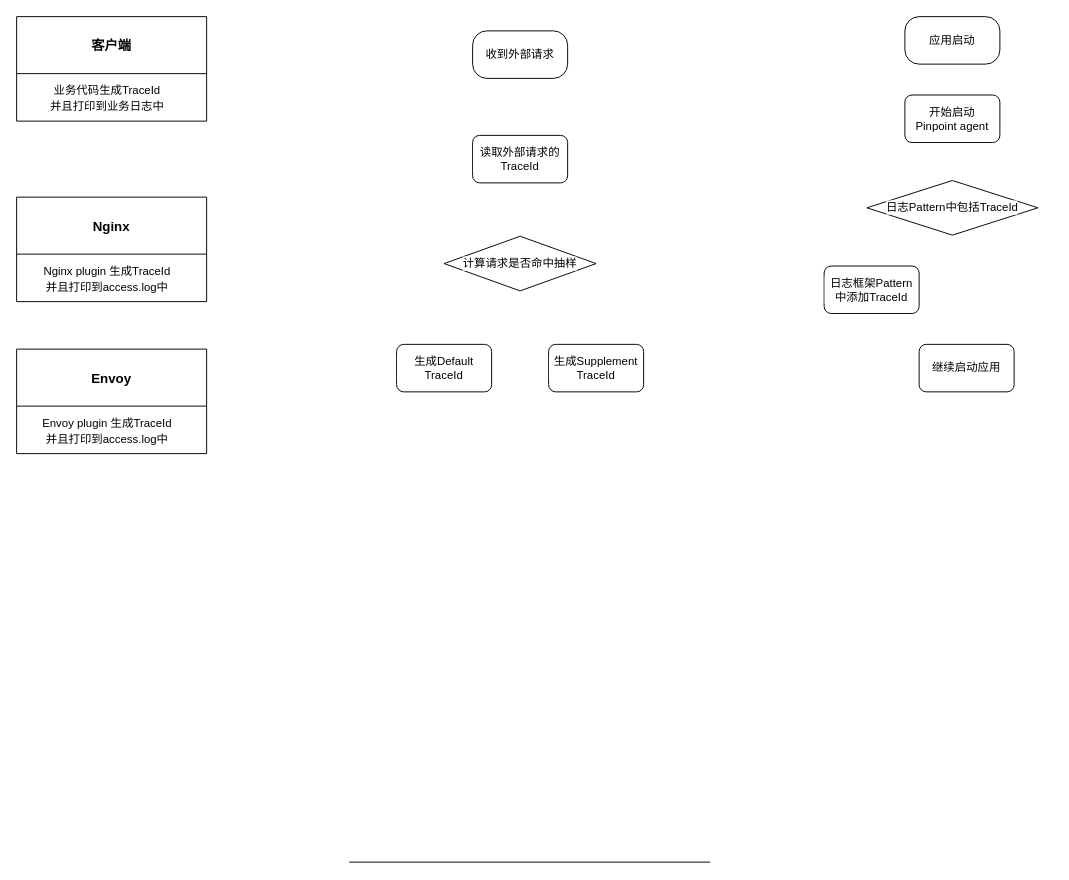
Before: page "eagle全链路原理" (3 of 7) of Untitled Diagram.drawio in maxuewen/draw.io, a draw.io diagram. Source tidied: cells renumbered, new cells numbered last; positions are measured from the earlier drawing's top-left corner, leaving out a move shared by most shapes. Both pictures are drawn from the tidied source at 95%, with x=0, y=0 at pixel (16, 16).
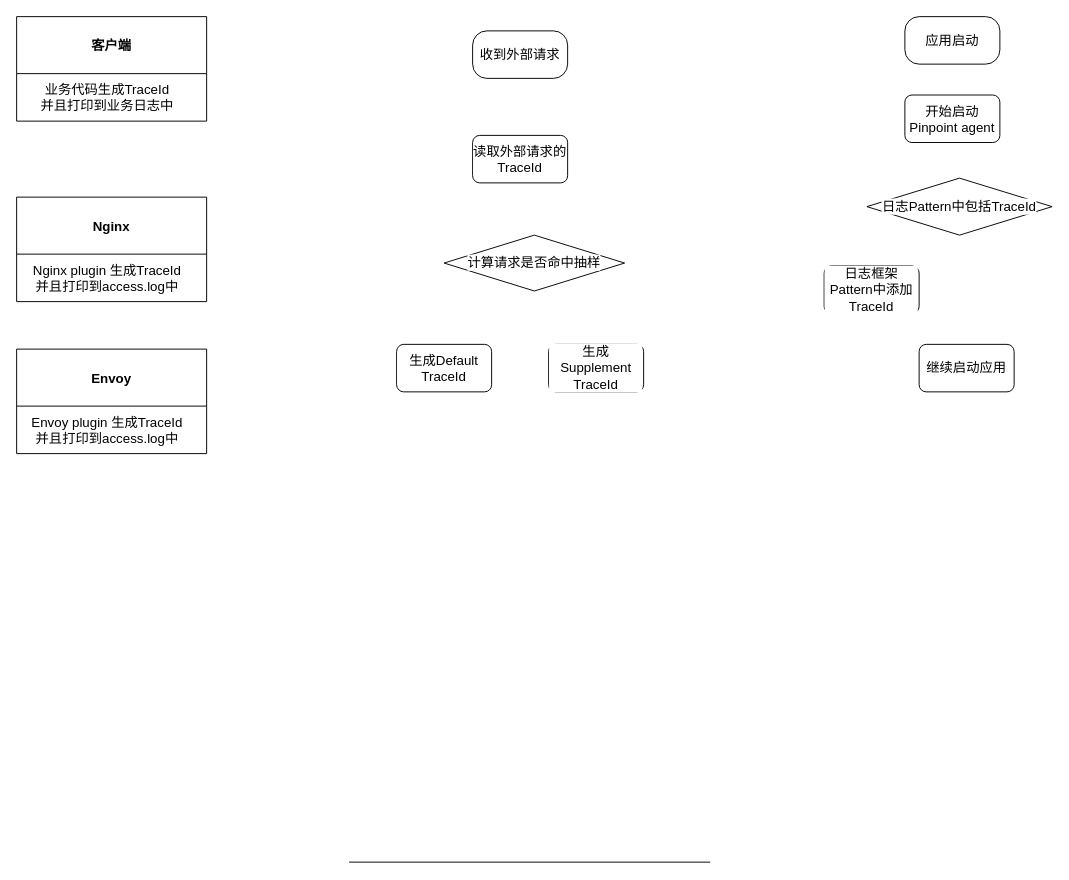
Above is the later version.

Diff of the diagram source:
```diff
@@
 <mxGraphModel>
   <root>
     <mxCell id="0" />
     <mxCell id="1" parent="0" />
     <mxCell id="2" value="Nginx" style="swimlane;labelBackgroundColor=#FFFFFF;fontSize=14;fontColor=#000000;strokeWidth=1;startSize=60;arcSize=10;" parent="1" vertex="1">
       <mxGeometry y="190" width="200" height="110" as="geometry" />
     </mxCell>
-    <mxCell id="3" value="&lt;span style=&quot;font-size: 12px;&quot;&gt;Nginx plugin 生成TraceId&lt;br&gt;并且打印到access.log中&lt;/span&gt;" style="text;html=1;align=center;verticalAlign=middle;strokeColor=none;fillColor=none;fontSize=14;fontColor=#000000;" parent="2" vertex="1">
-      <mxGeometry x="15" y="60" width="160" height="50" as="geometry" />
+    <mxCell id="3" value="&lt;span style=&quot;font-size: 14px;&quot;&gt;Nginx plugin 生成TraceId&lt;br style=&quot;font-size: 14px;&quot;&gt;并且打印到access.log中&lt;/span&gt;" style="text;html=1;align=center;verticalAlign=middle;strokeColor=none;fillColor=none;fontSize=14;fontColor=#000000;" parent="2" vertex="1">
+      <mxGeometry x="5" y="60" width="180" height="50" as="geometry" />
     </mxCell>
     <mxCell id="4" value="Envoy" style="swimlane;labelBackgroundColor=#FFFFFF;fontSize=14;fontColor=#000000;strokeWidth=1;startSize=60;arcSize=10;" parent="1" vertex="1">
       <mxGeometry y="350" width="200" height="110" as="geometry" />
     </mxCell>
-    <mxCell id="5" value="&lt;span style=&quot;font-size: 12px;&quot;&gt;Envoy plugin 生成TraceId&lt;br&gt;并且打印到access.log中&lt;/span&gt;" style="text;html=1;align=center;verticalAlign=middle;strokeColor=none;fillColor=none;fontSize=14;fontColor=#000000;" parent="4" vertex="1">
-      <mxGeometry x="15" y="60" width="160" height="50" as="geometry" />
+    <mxCell id="5" value="&lt;span style=&quot;font-size: 14px;&quot;&gt;Envoy plugin 生成TraceId&lt;br style=&quot;font-size: 14px;&quot;&gt;并且打印到access.log中&lt;/span&gt;" style="text;html=1;align=center;verticalAlign=middle;strokeColor=none;fillColor=none;fontSize=14;fontColor=#000000;" parent="4" vertex="1">
+      <mxGeometry x="5" y="60" width="180" height="50" as="geometry" />
     </mxCell>
     <mxCell id="6" value="客户端" style="swimlane;labelBackgroundColor=#FFFFFF;fontSize=14;fontColor=#000000;strokeWidth=1;startSize=60;arcSize=100;" parent="1" vertex="1">
       <mxGeometry width="200" height="110" as="geometry" />
     </mxCell>
-    <mxCell id="7" value="&lt;span style=&quot;font-size: 12px;&quot;&gt;业务代码生成TraceId&lt;br&gt;并且打印到业务日志中&lt;/span&gt;" style="text;html=1;align=center;verticalAlign=middle;strokeColor=none;fillColor=none;fontSize=14;fontColor=#000000;" parent="6" vertex="1">
-      <mxGeometry x="25" y="60" width="140" height="50" as="geometry" />
+    <mxCell id="7" value="&lt;span style=&quot;font-size: 14px;&quot;&gt;业务代码生成TraceId&lt;br style=&quot;font-size: 14px;&quot;&gt;并且打印到业务日志中&lt;/span&gt;" style="text;html=1;align=center;verticalAlign=middle;strokeColor=none;fillColor=none;fontSize=14;fontColor=#000000;" parent="6" vertex="1">
+      <mxGeometry x="15" y="60" width="160" height="50" as="geometry" />
     </mxCell>
-    <mxCell id="8" value="应用启动" style="rounded=1;whiteSpace=wrap;html=1;labelBackgroundColor=#FFFFFF;fontSize=12;fontColor=#000000;strokeWidth=1;imageHeight=24;arcSize=30;" parent="1" vertex="1">
+    <mxCell id="8" value="应用启动" style="rounded=1;whiteSpace=wrap;html=1;labelBackgroundColor=#FFFFFF;fontSize=14;fontColor=#000000;strokeWidth=1;imageHeight=24;arcSize=30;" parent="1" vertex="1">
       <mxGeometry x="935" width="100" height="50" as="geometry" />
     </mxCell>
-    <mxCell id="9" value="日志Pattern中包括TraceId" style="rhombus;whiteSpace=wrap;html=1;labelBackgroundColor=#FFFFFF;fontSize=12;fontColor=#000000;strokeWidth=1;" parent="1" vertex="1">
-      <mxGeometry x="895" y="172.5" width="180" height="57.5" as="geometry" />
+    <mxCell id="9" value="日志Pattern中包括TraceId" style="rhombus;whiteSpace=wrap;html=1;labelBackgroundColor=#FFFFFF;fontSize=14;fontColor=#000000;strokeWidth=1;" parent="1" vertex="1">
+      <mxGeometry x="895" y="170" width="195" height="60" as="geometry" />
     </mxCell>
-    <mxCell id="10" style="endArrow=none;html=1;rounded=0;fontSize=12;fontColor=#000000;jumpStyle=arc;jumpSize=12;" parent="1" edge="1">
+    <mxCell id="10" style="endArrow=none;html=1;rounded=0;fontSize=14;fontColor=#000000;jumpStyle=arc;jumpSize=12;" parent="1" edge="1">
       <mxGeometry relative="1" as="geometry">
         <mxPoint x="350" y="890" as="sourcePoint" />
         <mxPoint x="730" y="890" as="targetPoint" />
       </mxGeometry>
     </mxCell>
-    <mxCell id="11" value="计算请求是否命中抽样" style="rhombus;whiteSpace=wrap;html=1;labelBackgroundColor=#FFFFFF;fontSize=12;fontColor=#000000;strokeWidth=1;" parent="1" vertex="1">
-      <mxGeometry x="450" y="231.2" width="160" height="57.5" as="geometry" />
+    <mxCell id="11" value="计算请求是否命中抽样" style="rhombus;whiteSpace=wrap;html=1;labelBackgroundColor=#FFFFFF;fontSize=14;fontColor=#000000;strokeWidth=1;" parent="1" vertex="1">
+      <mxGeometry x="450" y="230" width="190" height="58.8" as="geometry" />
     </mxCell>
-    <mxCell id="12" value="生成Default TraceId" style="rounded=1;whiteSpace=wrap;html=1;labelBackgroundColor=#FFFFFF;fontSize=12;fontColor=#000000;strokeWidth=1;" parent="1" vertex="1">
+    <mxCell id="12" value="生成Default TraceId" style="rounded=1;whiteSpace=wrap;html=1;labelBackgroundColor=#FFFFFF;fontSize=14;fontColor=#000000;strokeWidth=1;" parent="1" vertex="1">
       <mxGeometry x="400" y="345" width="100" height="50" as="geometry" />
     </mxCell>
-    <mxCell id="13" value="生成Supplement TraceId" style="rounded=1;whiteSpace=wrap;html=1;labelBackgroundColor=#FFFFFF;fontSize=12;fontColor=#000000;strokeWidth=1;" parent="1" vertex="1">
+    <mxCell id="13" value="生成Supplement TraceId" style="rounded=1;whiteSpace=wrap;html=1;labelBackgroundColor=#FFFFFF;fontSize=14;fontColor=#000000;strokeWidth=1;" parent="1" vertex="1">
       <mxGeometry x="560" y="345" width="100" height="50" as="geometry" />
     </mxCell>
-    <mxCell id="14" value="继续启动应用" style="rounded=1;whiteSpace=wrap;html=1;labelBackgroundColor=#FFFFFF;fontSize=12;fontColor=#000000;strokeWidth=1;" parent="1" vertex="1">
+    <mxCell id="14" value="继续启动应用" style="rounded=1;whiteSpace=wrap;html=1;labelBackgroundColor=#FFFFFF;fontSize=14;fontColor=#000000;strokeWidth=1;" parent="1" vertex="1">
       <mxGeometry x="950" y="345" width="100" height="50" as="geometry" />
     </mxCell>
-    <mxCell id="15" value="开始启动&lt;br&gt;Pinpoint agent" style="rounded=1;whiteSpace=wrap;html=1;labelBackgroundColor=#FFFFFF;fontSize=12;fontColor=#000000;strokeWidth=1;" parent="1" vertex="1">
+    <mxCell id="15" value="开始启动&lt;br style=&quot;font-size: 14px;&quot;&gt;Pinpoint agent" style="rounded=1;whiteSpace=wrap;html=1;labelBackgroundColor=#FFFFFF;fontSize=14;fontColor=#000000;strokeWidth=1;" parent="1" vertex="1">
       <mxGeometry x="935" y="82.5" width="100" height="50" as="geometry" />
     </mxCell>
-    <mxCell id="16" value="读取外部请求的TraceId" style="rounded=1;whiteSpace=wrap;html=1;labelBackgroundColor=#FFFFFF;fontSize=12;fontColor=#000000;strokeWidth=1;" parent="1" vertex="1">
+    <mxCell id="16" value="读取外部请求的TraceId" style="rounded=1;whiteSpace=wrap;html=1;labelBackgroundColor=#FFFFFF;fontSize=14;fontColor=#000000;strokeWidth=1;" parent="1" vertex="1">
       <mxGeometry x="480" y="125" width="100" height="50" as="geometry" />
     </mxCell>
-    <mxCell id="17" value="收到外部请求" style="rounded=1;whiteSpace=wrap;html=1;labelBackgroundColor=#FFFFFF;fontSize=12;fontColor=#000000;strokeWidth=1;imageHeight=24;arcSize=30;" parent="1" vertex="1">
+    <mxCell id="17" value="收到外部请求" style="rounded=1;whiteSpace=wrap;html=1;labelBackgroundColor=#FFFFFF;fontSize=14;fontColor=#000000;strokeWidth=1;imageHeight=24;arcSize=30;" parent="1" vertex="1">
       <mxGeometry x="480" y="15" width="100" height="50" as="geometry" />
     </mxCell>
-    <mxCell id="18" value="日志框架Pattern中添加TraceId" style="rounded=1;whiteSpace=wrap;html=1;labelBackgroundColor=#FFFFFF;fontSize=12;fontColor=#000000;strokeWidth=1;" parent="1" vertex="1">
+    <mxCell id="18" value="日志框架Pattern中添加TraceId" style="rounded=1;whiteSpace=wrap;html=1;labelBackgroundColor=#FFFFFF;fontSize=14;fontColor=#000000;strokeWidth=1;" parent="1" vertex="1">
       <mxGeometry x="850" y="262.5" width="100" height="50" as="geometry" />
     </mxCell>
   </root>
 </mxGraphModel>
```
